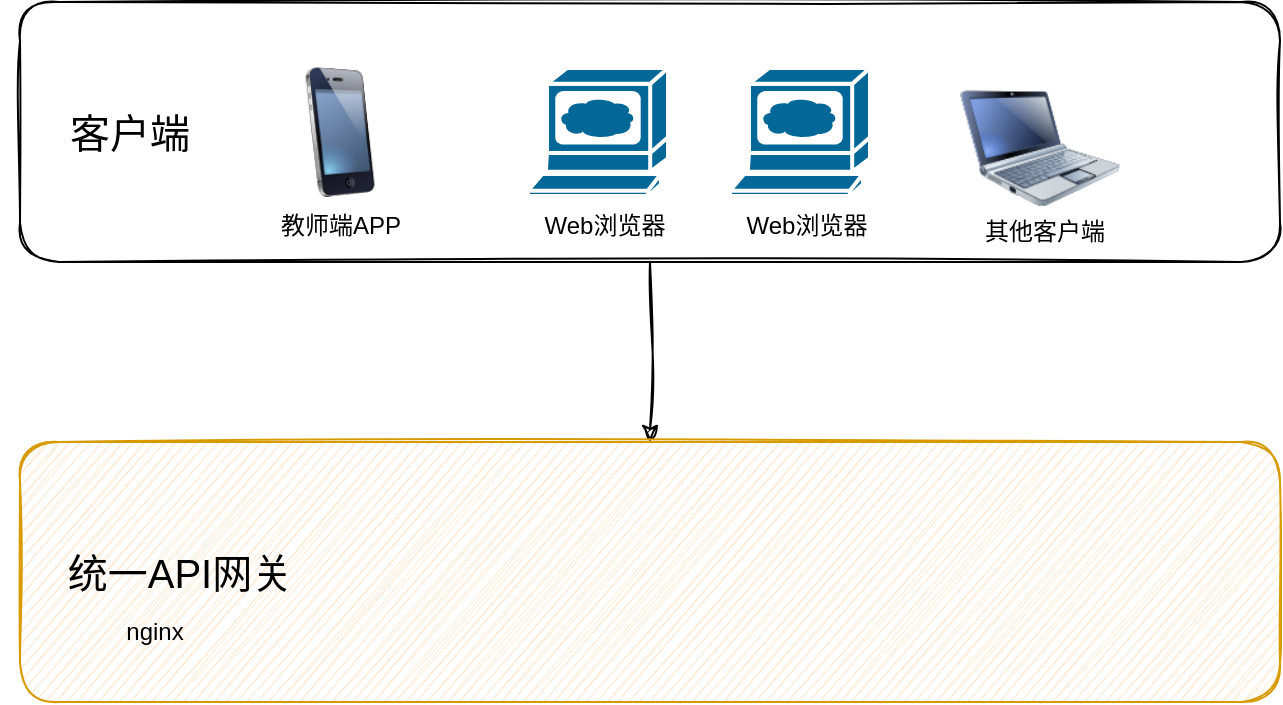
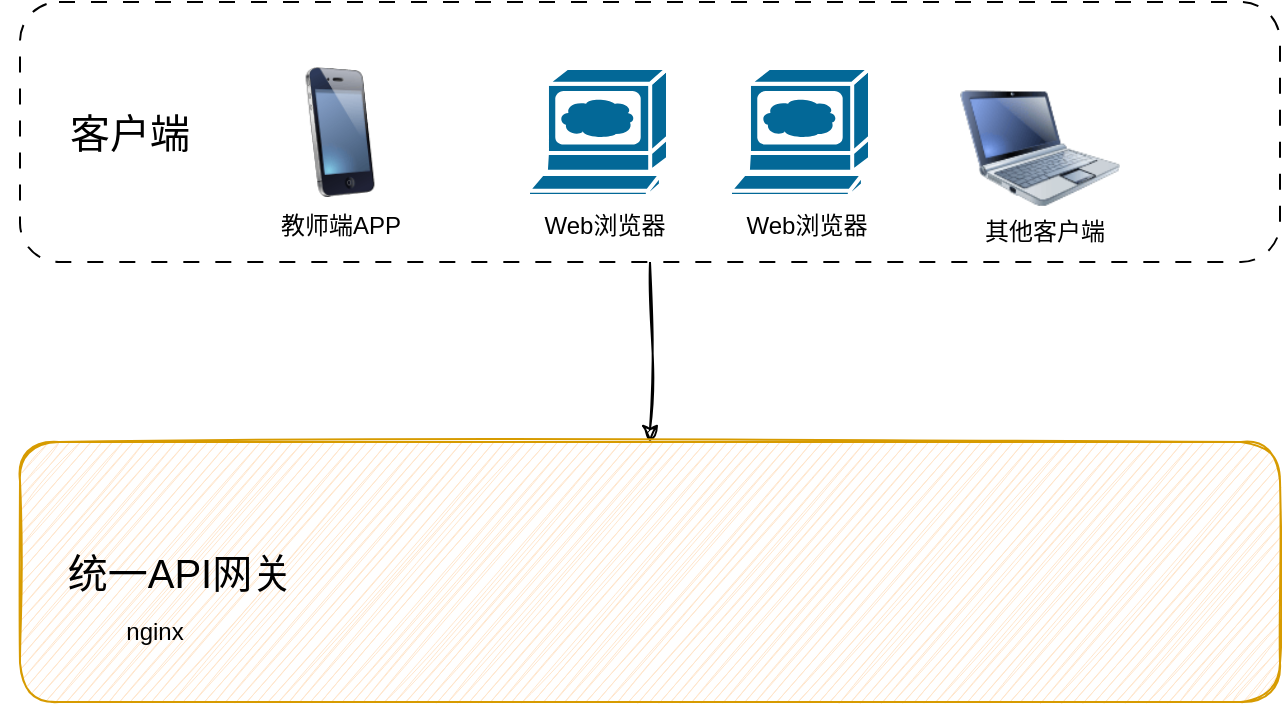
<mxfile host="app.diagrams.net" agent="5.0 (Windows NT 10.0; Win64; x64) AppleWebKit/537.36 (KHTML, like Gecko) Chrome/99.0.4844.51 Safari/537.36">
  <diagram id="piDafpqhtRUU5qUU-vj8" name="Page-1">
-     <mxGraphModel dx="1174" dy="630" grid="1" gridSize="10" guides="1" tooltips="1" connect="1" arrows="1" fold="1" page="1" pageScale="1" pageWidth="827" pageHeight="1169" background="none" math="0" shadow="0">
+     <mxGraphModel dx="1417" dy="761" grid="1" gridSize="10" guides="1" tooltips="1" connect="1" arrows="1" fold="1" page="1" pageScale="1" pageWidth="827" pageHeight="1169" background="none" math="0" shadow="0">
      <root>
        <mxCell id="0" />
        <mxCell id="1" parent="0" />
        <mxCell id="-MD85wsI__NYyljHFUac-12" edge="1" parent="1" source="5cpTgLDWtTwDe1421ZuN-3" style="edgeStyle=orthogonalEdgeStyle;rounded=0;orthogonalLoop=1;jettySize=auto;html=1;shadow=0;sketch=1;curveFitting=1;jiggle=2;" target="-MD85wsI__NYyljHFUac-11">
          <mxGeometry relative="1" as="geometry" />
        </mxCell>
-         <mxCell id="5cpTgLDWtTwDe1421ZuN-3" parent="1" style="rounded=1;whiteSpace=wrap;html=1;shadow=0;glass=0;sketch=1;" value="" vertex="1">
+         <mxCell id="5cpTgLDWtTwDe1421ZuN-3" parent="1" style="rounded=1;whiteSpace=wrap;html=1;shadow=0;glass=0;dashed=1;dashPattern=8 8;" value="" vertex="1">
          <mxGeometry height="130" width="630" x="90" y="30" as="geometry" />
        </mxCell>
        <mxCell id="-MD85wsI__NYyljHFUac-2" parent="1" style="text;html=1;whiteSpace=wrap;strokeColor=none;fillColor=none;align=center;verticalAlign=middle;rounded=0;" value="&lt;font style=&quot;font-size: 20px;&quot;&gt;客户端&lt;/font&gt;" vertex="1">
          <mxGeometry height="30" width="70" x="110" y="80" as="geometry" />
        </mxCell>
        <mxCell id="-MD85wsI__NYyljHFUac-3" parent="1" style="sketch=0;html=1;pointerEvents=1;dashed=0;fillColor=#036897;strokeColor=#ffffff;strokeWidth=2;verticalLabelPosition=bottom;verticalAlign=top;align=center;outlineConnect=0;shape=mxgraph.cisco.computers_and_peripherals.web_browser;" value="" vertex="1">
          <mxGeometry height="64" width="70" x="344" y="63" as="geometry" />
        </mxCell>
        <mxCell id="-MD85wsI__NYyljHFUac-4" parent="1" style="text;html=1;whiteSpace=wrap;strokeColor=none;fillColor=none;align=center;verticalAlign=middle;rounded=0;" value="Web浏览器" vertex="1">
          <mxGeometry height="30" width="75" x="345" y="127" as="geometry" />
        </mxCell>
        <mxCell id="-MD85wsI__NYyljHFUac-5" parent="1" style="sketch=0;html=1;pointerEvents=1;dashed=0;fillColor=#036897;strokeColor=#ffffff;strokeWidth=2;verticalLabelPosition=bottom;verticalAlign=top;align=center;outlineConnect=0;shape=mxgraph.cisco.computers_and_peripherals.web_browser;" value="" vertex="1">
          <mxGeometry height="64" width="70" x="445" y="63" as="geometry" />
        </mxCell>
        <mxCell id="-MD85wsI__NYyljHFUac-6" parent="1" style="text;html=1;whiteSpace=wrap;strokeColor=none;fillColor=none;align=center;verticalAlign=middle;rounded=0;" value="Web浏览器" vertex="1">
          <mxGeometry height="30" width="75" x="446" y="127" as="geometry" />
        </mxCell>
        <mxCell id="-MD85wsI__NYyljHFUac-7" parent="1" style="image;html=1;image=img/lib/clip_art/computers/Netbook_128x128.png" value="" vertex="1">
          <mxGeometry height="80" width="80" x="560" y="63" as="geometry" />
        </mxCell>
        <mxCell id="-MD85wsI__NYyljHFUac-8" parent="1" style="image;html=1;image=img/lib/clip_art/telecommunication/iPhone_128x128.png" value="" vertex="1">
          <mxGeometry height="65" width="80" x="210" y="62.5" as="geometry" />
        </mxCell>
        <mxCell id="-MD85wsI__NYyljHFUac-9" parent="1" style="text;html=1;whiteSpace=wrap;strokeColor=none;fillColor=none;align=center;verticalAlign=middle;rounded=0;" value="教师端APP" vertex="1">
          <mxGeometry height="30" width="75" x="212.5" y="127" as="geometry" />
        </mxCell>
        <mxCell id="-MD85wsI__NYyljHFUac-10" parent="1" style="text;html=1;whiteSpace=wrap;strokeColor=none;fillColor=none;align=center;verticalAlign=middle;rounded=0;" value="其他客户端" vertex="1">
          <mxGeometry height="30" width="75" x="565" y="130" as="geometry" />
        </mxCell>
        <mxCell id="-MD85wsI__NYyljHFUac-11" parent="1" style="rounded=1;whiteSpace=wrap;html=1;shadow=0;glass=0;sketch=1;fillColor=#ffe6cc;strokeColor=#d79b00;" value="" vertex="1">
          <mxGeometry height="130" width="630" x="90" y="250" as="geometry" />
        </mxCell>
        <mxCell id="-MD85wsI__NYyljHFUac-13" parent="1" style="text;html=1;whiteSpace=wrap;strokeColor=none;fillColor=none;align=center;verticalAlign=middle;rounded=0;" value="&lt;span style=&quot;font-size: 20px;&quot;&gt;统一API网关&lt;/span&gt;" vertex="1">
          <mxGeometry height="30" width="180" x="80" y="300" as="geometry" />
        </mxCell>
        <mxCell id="-MD85wsI__NYyljHFUac-14" parent="1" style="text;html=1;whiteSpace=wrap;strokeColor=none;fillColor=none;align=center;verticalAlign=middle;rounded=0;" value="nginx" vertex="1">
          <mxGeometry height="30" width="75" x="120" y="330" as="geometry" />
        </mxCell>
      </root>
    </mxGraphModel>
  </diagram>
</mxfile>
